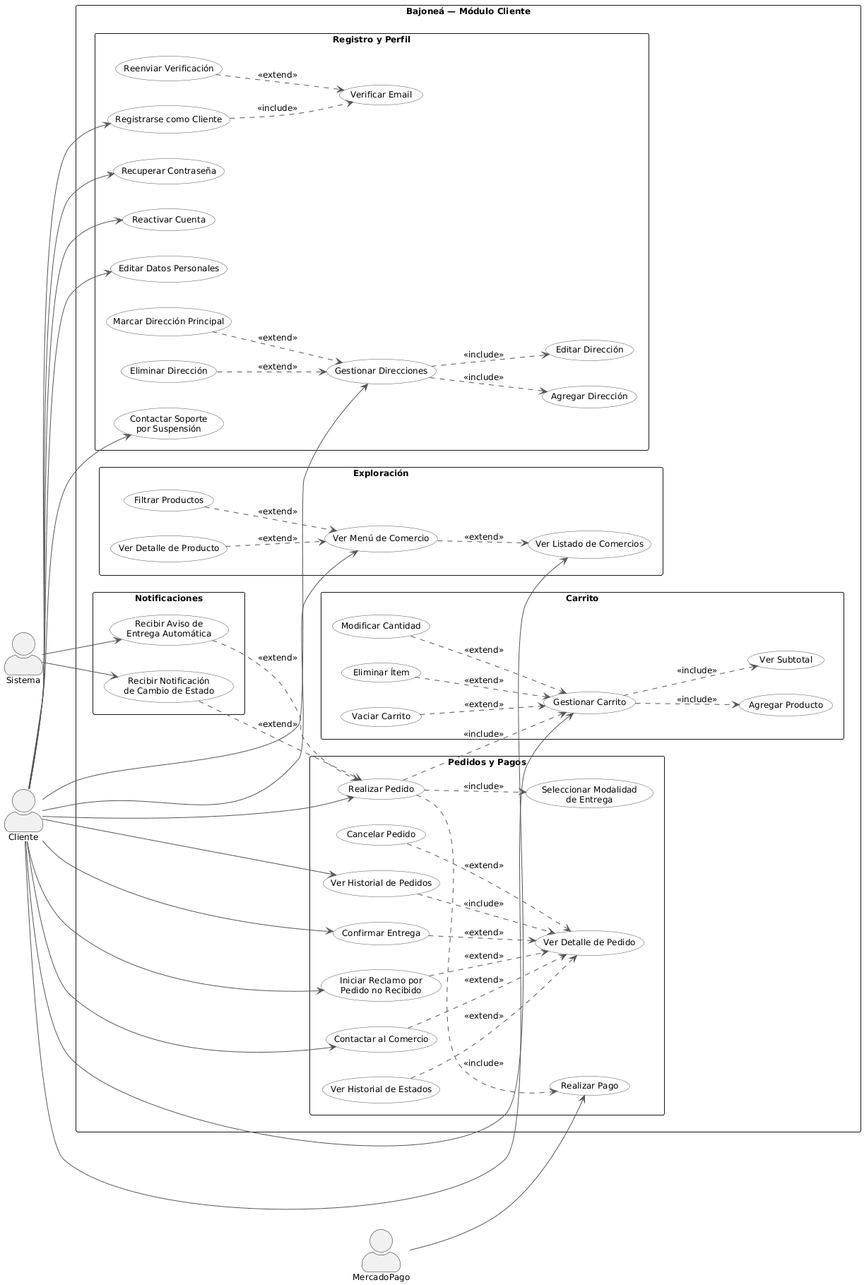
Before: 01. Análisis de Requerimientos/06. Casos de Uso/Casos de Uso - Cliente.png, a diagram exported from PlantUML (diegotorres-dev/bajonea-app). Source of this version:
```plantuml
@startuml
skinparam actorStyle awesome
skinparam packageStyle rectangle
skinparam defaultFontSize 12
skinparam usecase {
  BackgroundColor #FEFEFE
  BorderColor #555555
}
skinparam arrow {
  Color #555555
}

left to right direction

actor "Cliente"     as cliente
actor "MercadoPago" as mp
actor "Sistema"     as sistema

rectangle "Bajoneá — Módulo Cliente" {

  package "Registro y Perfil" {
    (Registrarse como Cliente)    as REG
    (Verificar Email)             as VERIFY
    (Reenviar Verificación)       as RESEND
    (Recuperar Contraseña)        as RECOVER
    (Reactivar Cuenta)            as REACTIVATE
    (Editar Datos Personales)     as EDIT_PROFILE
    (Gestionar Direcciones)       as ADDRESSES
    (Agregar Dirección)           as ADD_ADDR
    (Editar Dirección)            as EDIT_ADDR
    (Eliminar Dirección)          as DEL_ADDR
    (Marcar Dirección Principal)  as MAIN_ADDR
    (Contactar Soporte\npor Suspensión) as SUPPORT_SUSP
  }

  package "Exploración" {
    (Ver Listado de Comercios)    as LIST_COM
    (Ver Menú de Comercio)        as VIEW_MENU
    (Ver Detalle de Producto)     as VIEW_PRODUCT
    (Filtrar Productos)           as FILTER
  }

  package "Carrito" {
    (Gestionar Carrito)        as CART
    (Agregar Producto)         as ADD_ITEM
    (Modificar Cantidad)       as MOD_ITEM
    (Eliminar Ítem)            as DEL_ITEM
    (Vaciar Carrito)           as CLEAR_CART
    (Ver Subtotal)             as SUBTOTAL
  }

  package "Pedidos y Pagos" {
    (Realizar Pedido)                   as ORDER
    (Seleccionar Modalidad\nde Entrega) as MODALITY
    (Realizar Pago)                     as PAY
    (Ver Historial de Pedidos)          as HISTORY
    (Ver Detalle de Pedido)             as ORDER_DETAIL
    (Ver Historial de Estados)          as STATE_HISTORY
    (Cancelar Pedido)                   as CANCEL
    (Confirmar Entrega)                 as CONFIRM_DEL
    (Iniciar Reclamo por\nPedido no Recibido) as CLAIM
    (Contactar al Comercio)             as CONTACT_COM
  }

  package "Notificaciones" {
    (Recibir Notificación\nde Cambio de Estado)  as NOTIF
    (Recibir Aviso de\nEntrega Automática)        as NOTIF_AUTO
  }
}

cliente --> REG
cliente --> RECOVER
cliente --> REACTIVATE
cliente --> EDIT_PROFILE
cliente --> ADDRESSES
cliente --> LIST_COM
cliente --> VIEW_MENU
cliente --> CART
cliente --> ORDER
cliente --> HISTORY
cliente --> CONFIRM_DEL
cliente --> CLAIM
cliente --> CONTACT_COM
cliente --> SUPPORT_SUSP

mp      --> PAY
sistema --> NOTIF
sistema --> NOTIF_AUTO

REG       ..> VERIFY       : <<include>>
ADDRESSES ..> ADD_ADDR     : <<include>>
ADDRESSES ..> EDIT_ADDR    : <<include>>
ORDER     ..> MODALITY     : <<include>>
ORDER     ..> PAY          : <<include>>
ORDER     ..> CART         : <<include>>
CART      ..> ADD_ITEM     : <<include>>
CART      ..> SUBTOTAL     : <<include>>
HISTORY   ..> ORDER_DETAIL : <<include>>

RESEND         ..> VERIFY       : <<extend>>
DEL_ADDR       ..> ADDRESSES    : <<extend>>
MAIN_ADDR      ..> ADDRESSES    : <<extend>>
VIEW_MENU      ..> LIST_COM     : <<extend>>
FILTER         ..> VIEW_MENU    : <<extend>>
VIEW_PRODUCT   ..> VIEW_MENU    : <<extend>>
MOD_ITEM       ..> CART         : <<extend>>
DEL_ITEM       ..> CART         : <<extend>>
CLEAR_CART     ..> CART         : <<extend>>
CANCEL         ..> ORDER_DETAIL : <<extend>>
CONFIRM_DEL    ..> ORDER_DETAIL : <<extend>>
STATE_HISTORY  ..> ORDER_DETAIL : <<extend>>
CLAIM          ..> ORDER_DETAIL : <<extend>>
CONTACT_COM    ..> ORDER_DETAIL : <<extend>>
NOTIF          ..> ORDER        : <<extend>>
NOTIF_AUTO     ..> ORDER        : <<extend>>
@enduml
```
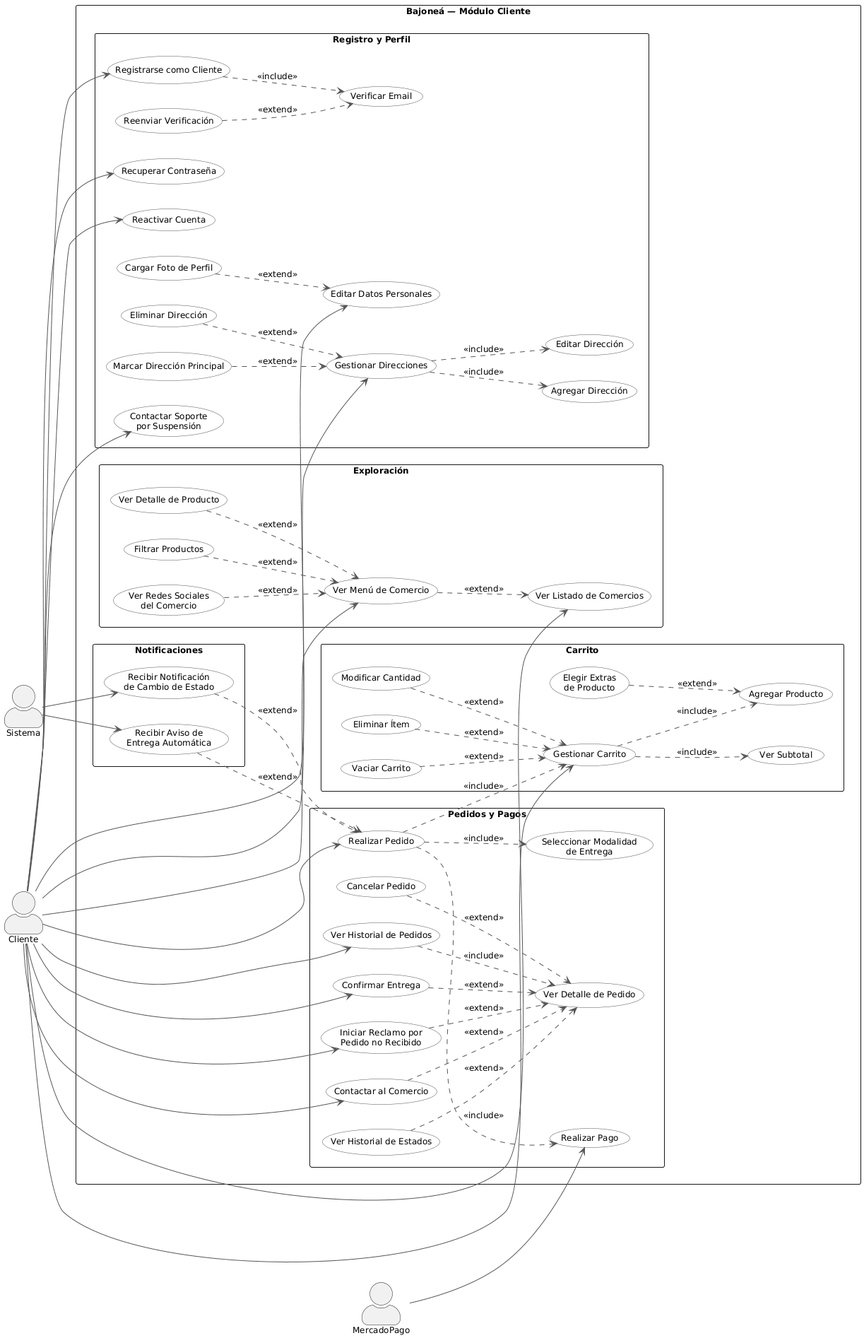
After the change.

Diff of the diagram source:
```diff
@@ -25,6 +25,7 @@
     (Recuperar Contraseña)        as RECOVER
     (Reactivar Cuenta)            as REACTIVATE
     (Editar Datos Personales)     as EDIT_PROFILE
+    (Cargar Foto de Perfil)       as PROFILE_PIC
     (Gestionar Direcciones)       as ADDRESSES
     (Agregar Dirección)           as ADD_ADDR
     (Editar Dirección)            as EDIT_ADDR
@@ -38,11 +39,13 @@
     (Ver Menú de Comercio)        as VIEW_MENU
     (Ver Detalle de Producto)     as VIEW_PRODUCT
     (Filtrar Productos)           as FILTER
+    (Ver Redes Sociales\ndel Comercio) as SOCIAL
   }
 
   package "Carrito" {
     (Gestionar Carrito)        as CART
     (Agregar Producto)         as ADD_ITEM
+    (Elegir Extras\nde Producto) as EXTRAS
     (Modificar Cantidad)       as MOD_ITEM
     (Eliminar Ítem)            as DEL_ITEM
     (Vaciar Carrito)           as CLEAR_CART
@@ -98,11 +101,14 @@
 HISTORY   ..> ORDER_DETAIL : <<include>>
 
 RESEND         ..> VERIFY       : <<extend>>
+PROFILE_PIC    ..> EDIT_PROFILE : <<extend>>
 DEL_ADDR       ..> ADDRESSES    : <<extend>>
 MAIN_ADDR      ..> ADDRESSES    : <<extend>>
 VIEW_MENU      ..> LIST_COM     : <<extend>>
 FILTER         ..> VIEW_MENU    : <<extend>>
 VIEW_PRODUCT   ..> VIEW_MENU    : <<extend>>
+SOCIAL         ..> VIEW_MENU    : <<extend>>
+EXTRAS         ..> ADD_ITEM     : <<extend>>
 MOD_ITEM       ..> CART         : <<extend>>
 DEL_ITEM       ..> CART         : <<extend>>
 CLEAR_CART     ..> CART         : <<extend>>
```
